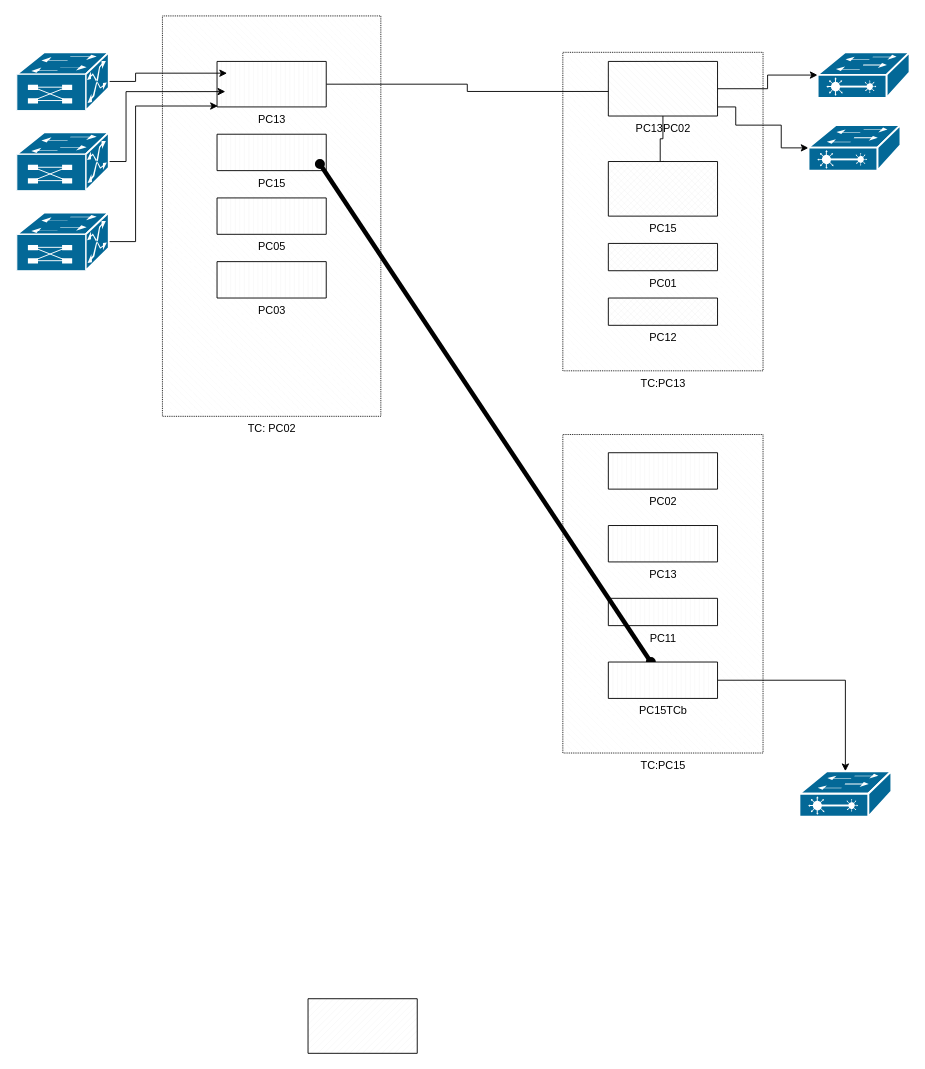
This is Untitled Diagram.drawio from jose-guisao/hello-world, a draw.io file, before an edit. Source tidied: cells renumbered, new cells numbered last; positions are measured from the earlier drawing's top-left corner, leaving out a move shared by most shapes. Both pictures are drawn from the tidied source at 91%, with x=0, y=0 at pixel (16, 15).
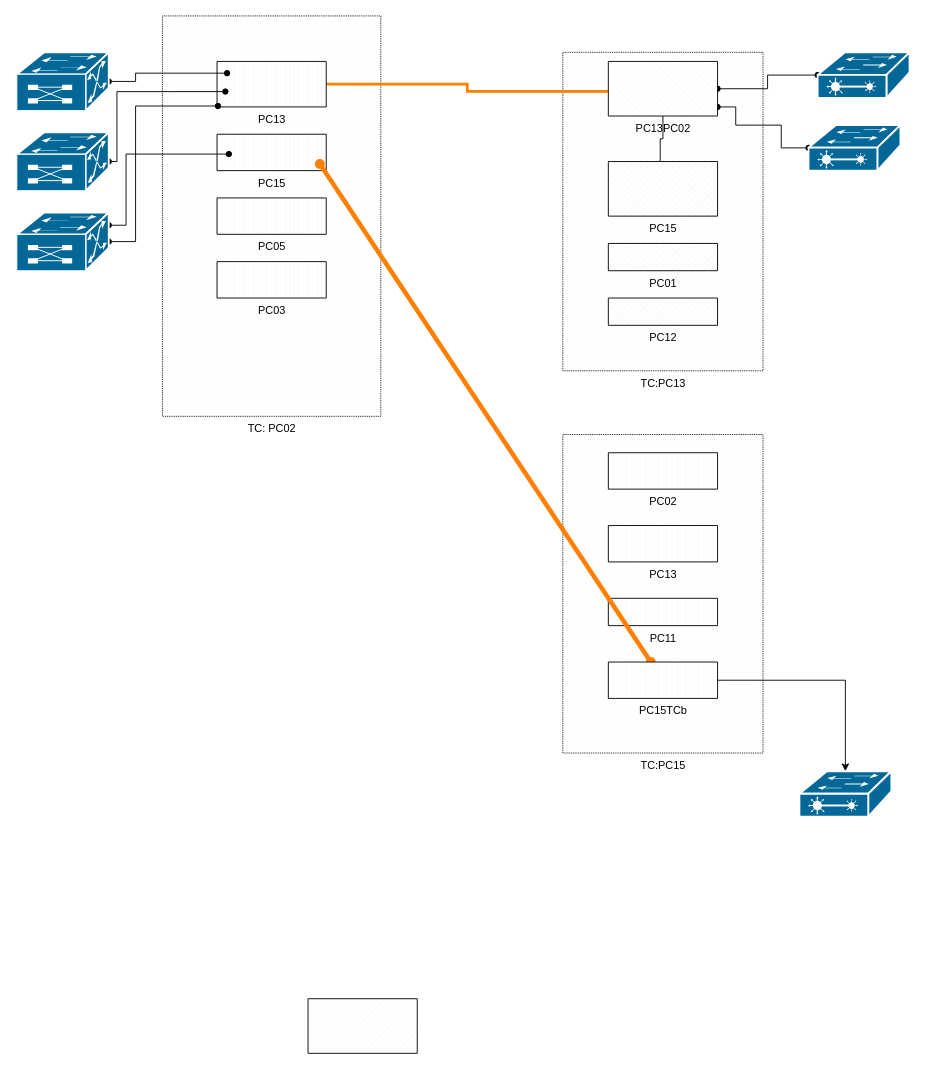
After the change.

The change refers to these unchanged cells:
```xml
<mxCell id="3" value="TC: PC02" style="verticalLabelPosition=bottom;verticalAlign=top;html=1;shape=mxgraph.basic.patternFillRect;fillStyle=diagRev;step=5;fillStrokeWidth=0.2;fillStrokeColor=#dddddd;fillColor=none;strokeColor=none;dashed=1;dashPattern=1 1;" parent="1" vertex="1">
  <mxGeometry x="160" width="240" height="440" as="geometry" />
</mxCell>
<mxCell id="9" value="&lt;div align=&quot;left&quot;&gt;PC13PC02&lt;br&gt;&lt;/div&gt;" style="verticalLabelPosition=bottom;verticalAlign=top;html=1;shape=mxgraph.basic.patternFillRect;fillStyle=diagRev;step=5;fillStrokeWidth=0.2;fillStrokeColor=#dddddd;" parent="1" vertex="1">
  <mxGeometry x="650" y="50" width="120" height="60" as="geometry" />
</mxCell>
<mxCell id="15" value="PC13" style="verticalLabelPosition=bottom;verticalAlign=top;html=1;shape=mxgraph.basic.patternFillRect;fillStyle=vert;step=5;fillStrokeWidth=0.2;fillStrokeColor=#dddddd;" parent="1" vertex="1">
  <mxGeometry x="220" y="50" width="120" height="50" as="geometry" />
</mxCell>
<mxCell id="21" value="PC15TCb" style="verticalLabelPosition=bottom;verticalAlign=top;html=1;shape=mxgraph.basic.patternFillRect;fillStyle=vert;step=5;fillStrokeWidth=0.2;fillStrokeColor=#dddddd;" parent="1" vertex="1">
  <mxGeometry x="650" y="710" width="120" height="40" as="geometry" />
</mxCell>
<mxCell id="23" style="shape=mxgraph.cisco.switches.multiswitch_device;html=1;dashed=0;fillColor=#036897;strokeColor=#ffffff;strokeWidth=2;verticalLabelPosition=bottom;verticalAlign=top;align=center;outlineConnect=0;dashPattern=1 1;" parent="1" vertex="1">
  <mxGeometry y="40" width="101" height="64" as="geometry" />
</mxCell>
<mxCell id="25" style="shape=mxgraph.cisco.switches.multiswitch_device;html=1;dashed=0;fillColor=#036897;strokeColor=#ffffff;strokeWidth=2;verticalLabelPosition=bottom;verticalAlign=top;align=center;outlineConnect=0;dashPattern=1 1;" parent="1" vertex="1">
  <mxGeometry y="128" width="101" height="64" as="geometry" />
</mxCell>
<mxCell id="27" style="shape=mxgraph.cisco.switches.multiswitch_device;html=1;dashed=0;fillColor=#036897;strokeColor=#ffffff;strokeWidth=2;verticalLabelPosition=bottom;verticalAlign=top;align=center;outlineConnect=0;dashPattern=1 1;" parent="1" vertex="1">
  <mxGeometry y="216" width="101" height="64" as="geometry" />
</mxCell>
<mxCell id="30" style="shape=mxgraph.cisco.switches.layer_2_remote_switch;html=1;dashed=0;fillColor=#036897;strokeColor=#ffffff;strokeWidth=2;verticalLabelPosition=bottom;verticalAlign=top;align=center;outlineConnect=0;dashPattern=1 1;" parent="1" vertex="1">
  <mxGeometry x="870" y="120" width="101" height="50" as="geometry" />
</mxCell>
<mxCell id="31" style="shape=mxgraph.cisco.switches.layer_2_remote_switch;html=1;dashed=0;fillColor=#036897;strokeColor=#ffffff;strokeWidth=2;verticalLabelPosition=bottom;verticalAlign=top;align=center;outlineConnect=0;dashPattern=1 1;" parent="1" vertex="1">
  <mxGeometry x="880" y="40" width="101" height="50" as="geometry" />
</mxCell>
```

What changed in the source:
```diff
@@
-    <mxCell id="5" style="edgeStyle=orthogonalEdgeStyle;rounded=0;jettySize=auto;html=1;entryX=0.467;entryY=0.55;entryDx=0;entryDy=0;entryPerimeter=0;" parent="1" edge="1" source="15" target="9">
+    <mxCell id="5" style="edgeStyle=orthogonalEdgeStyle;rounded=0;jettySize=auto;html=1;entryX=0.467;entryY=0.55;entryDx=0;entryDy=0;entryPerimeter=0;strokeWidth=3;strokeColor=#FF8000;" parent="1" edge="1" source="15" target="9">
       <mxGeometry relative="1" as="geometry" />
     </mxCell>
@@
-    <mxCell id="7" style="edgeStyle=orthogonalEdgeStyle;rounded=0;jettySize=auto;html=1;" parent="1" edge="1" source="9" target="31">
+    <mxCell id="7" style="edgeStyle=orthogonalEdgeStyle;rounded=0;jettySize=auto;html=1;endArrow=oval;endFill=1;startArrow=oval;startFill=1;" parent="1" edge="1" source="9" target="31">
       <mxGeometry relative="1" as="geometry" />
     </mxCell>
-    <mxCell id="8" style="edgeStyle=orthogonalEdgeStyle;rounded=0;jettySize=auto;html=1;" parent="1" edge="1" source="9" target="30">
+    <mxCell id="8" style="edgeStyle=orthogonalEdgeStyle;rounded=0;jettySize=auto;html=1;endArrow=oval;endFill=1;startArrow=oval;startFill=1;" parent="1" edge="1" source="9" target="30">
       <mxGeometry relative="1" as="geometry">
         <Array as="points">
           <mxPoint x="790" y="100" />
           <mxPoint x="790" y="120" />
           <mxPoint x="840" y="120" />
           <mxPoint x="840" y="145" />
         </Array>
       </mxGeometry>
     </mxCell>
@@
-    <mxCell id="20" style="edgeStyle=none;rounded=0;jettySize=auto;html=1;entryX=0.721;entryY=0.37;entryDx=0;entryDy=0;entryPerimeter=0;endArrow=oval;endFill=1;startArrow=oval;startFill=1;strokeWidth=5;" parent="1" edge="1" source="21" target="3">
+    <mxCell id="20" style="edgeStyle=none;rounded=0;jettySize=auto;html=1;entryX=0.721;entryY=0.37;entryDx=0;entryDy=0;entryPerimeter=0;endArrow=oval;endFill=1;startArrow=oval;startFill=1;strokeWidth=5;strokeColor=#FF8000;" parent="1" edge="1" source="21" target="3">
       <mxGeometry relative="1" as="geometry" />
     </mxCell>
@@
-    <mxCell id="22" style="edgeStyle=orthogonalEdgeStyle;rounded=0;jettySize=auto;html=1;entryX=0.296;entryY=0.143;entryDx=0;entryDy=0;entryPerimeter=0;" parent="1" edge="1" source="23" target="3">
+    <mxCell id="22" style="edgeStyle=orthogonalEdgeStyle;rounded=0;jettySize=auto;html=1;entryX=0.296;entryY=0.143;entryDx=0;entryDy=0;entryPerimeter=0;endArrow=oval;endFill=1;startArrow=oval;startFill=1;" parent="1" edge="1" source="23" target="3">
       <mxGeometry relative="1" as="geometry" />
     </mxCell>
@@
-    <mxCell id="24" style="edgeStyle=orthogonalEdgeStyle;rounded=0;jettySize=auto;html=1;entryX=0.288;entryY=0.189;entryDx=0;entryDy=0;entryPerimeter=0;" parent="1" edge="1" source="25" target="3">
+    <mxCell id="24" style="edgeStyle=orthogonalEdgeStyle;rounded=0;jettySize=auto;html=1;entryX=0.288;entryY=0.189;entryDx=0;entryDy=0;entryPerimeter=0;endArrow=oval;endFill=1;startArrow=oval;startFill=1;" parent="1" edge="1" source="25" target="3">
       <mxGeometry relative="1" as="geometry">
         <Array as="points">
-          <mxPoint x="120" y="160" />
-          <mxPoint x="120" y="83" />
+          <mxPoint x="110" y="160" />
+          <mxPoint x="110" y="83" />
         </Array>
       </mxGeometry>
     </mxCell>
@@
-    <mxCell id="26" style="edgeStyle=orthogonalEdgeStyle;rounded=0;jettySize=auto;html=1;entryX=0.254;entryY=0.225;entryDx=0;entryDy=0;entryPerimeter=0;" parent="1" edge="1" source="27" target="3">
+    <mxCell id="26" style="edgeStyle=orthogonalEdgeStyle;rounded=0;jettySize=auto;html=1;entryX=0.254;entryY=0.225;entryDx=0;entryDy=0;entryPerimeter=0;endArrow=oval;endFill=1;startArrow=oval;startFill=1;" parent="1" edge="1" source="27" target="3">
       <mxGeometry relative="1" as="geometry" />
     </mxCell>
+    <mxCell id="33" style="edgeStyle=orthogonalEdgeStyle;rounded=0;jettySize=auto;html=1;startArrow=oval;startFill=1;endArrow=oval;endFill=1;strokeWidth=1;entryX=0.304;entryY=0.345;entryDx=0;entryDy=0;entryPerimeter=0;" parent="1" edge="1" source="27" target="3">
+      <mxGeometry relative="1" as="geometry">
+        <Array as="points">
+          <mxPoint x="120" y="230" />
+          <mxPoint x="120" y="152" />
+        </Array>
+      </mxGeometry>
+    </mxCell>
```
